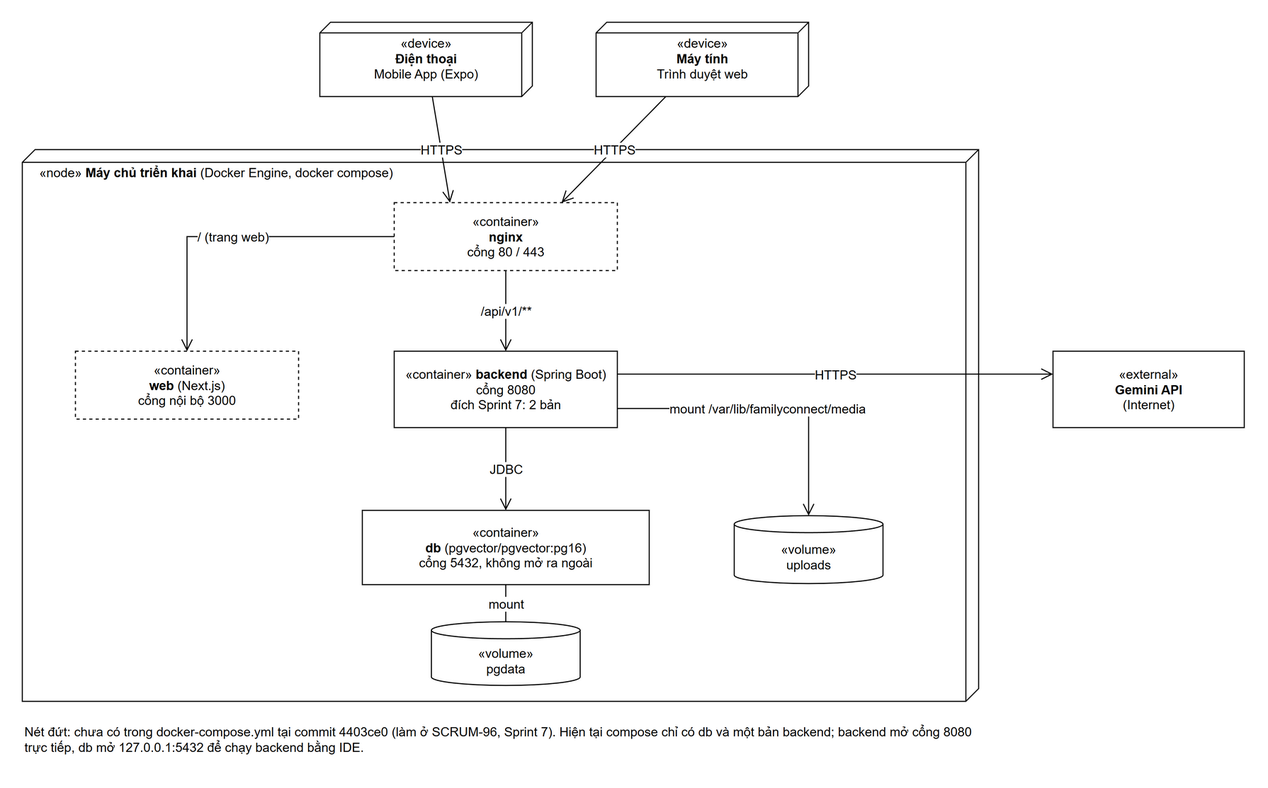
ngthanhtuann/ai-powered-digital-family-community-platform keeps this draw.io diagram as docs/images/architecture-deployment.drawio.png. Above is the earlier version. Source tidied: cells renumbered, new cells last; positions are measured from the earlier drawing's top-left corner, leaving out a move shared by most shapes.
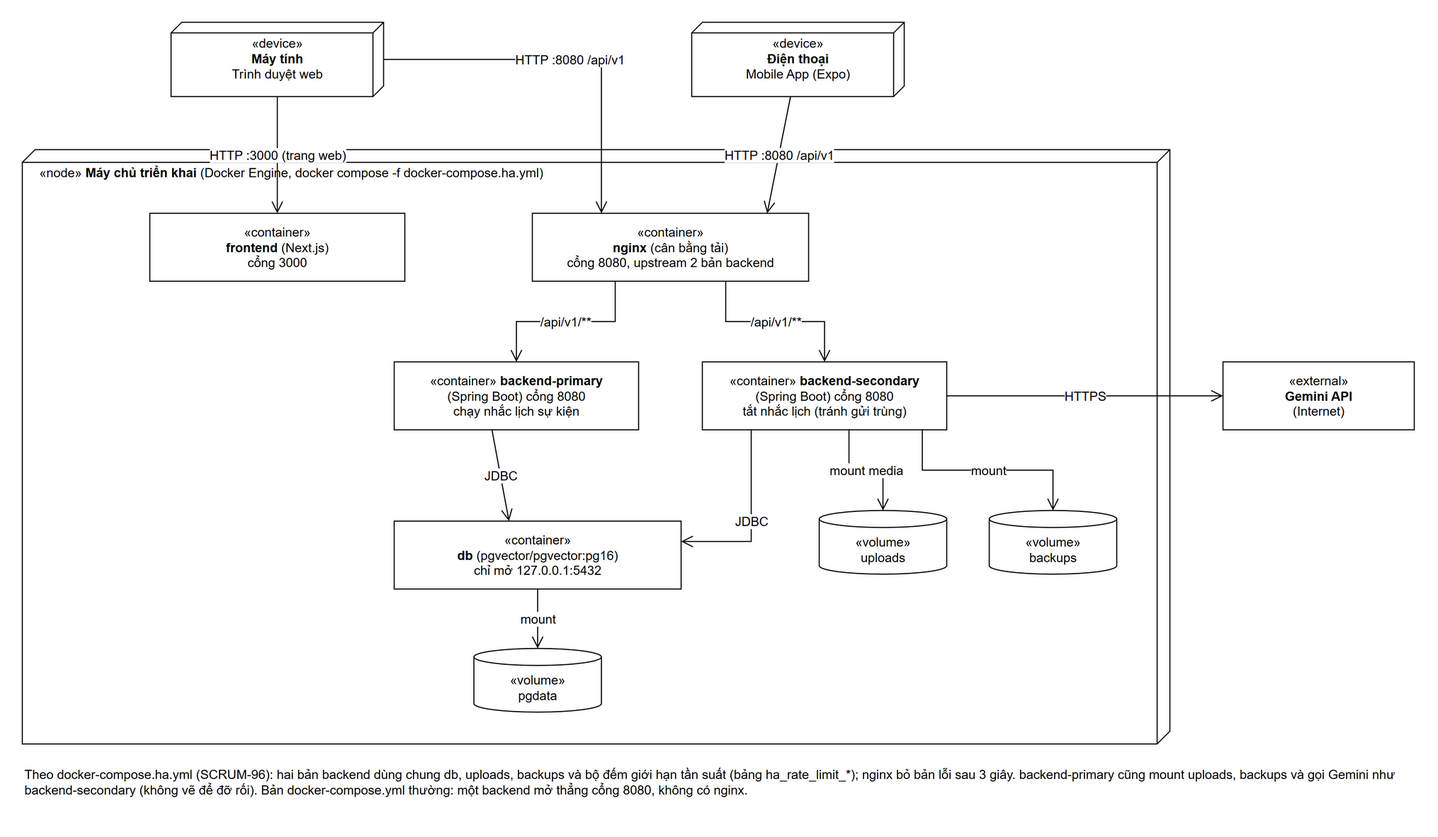
After the change.

What changed in the source:
```diff
@@ -2,62 +2,81 @@
   <root>
     <mxCell id="0" />
     <mxCell id="1" parent="0" />
-    <mxCell id="2" value="«device»&lt;br&gt;&lt;b&gt;Điện thoại&lt;/b&gt;&lt;br&gt;Mobile App (Expo)" style="shape=cube;size=10;direction=south;whiteSpace=wrap;html=1;fillColor=#FFFFFF;verticalAlign=top;align=center;spacingTop=6;strokeColor=#000000;fontFamily=Arial;fontSize=12;fontColor=#000000;" parent="1" vertex="1">
-      <mxGeometry x="280" width="200" height="70" as="geometry" />
+    <mxCell id="2" value="«device»&lt;br&gt;&lt;b&gt;Điện thoại&lt;/b&gt;&lt;br&gt;Mobile App (Expo)" style="shape=cube;size=10;direction=south;whiteSpace=wrap;fillColor=#FFFFFF;verticalAlign=top;align=center;spacingTop=6;html=1;strokeColor=#000000;fontFamily=Arial;fontSize=12;fontColor=#000000;" parent="1" vertex="1">
+      <mxGeometry x="630" width="200" height="70" as="geometry" />
     </mxCell>
-    <mxCell id="3" value="«device»&lt;br&gt;&lt;b&gt;Máy tính&lt;/b&gt;&lt;br&gt;Trình duyệt web" style="shape=cube;size=10;direction=south;whiteSpace=wrap;html=1;fillColor=#FFFFFF;verticalAlign=top;align=center;spacingTop=6;strokeColor=#000000;fontFamily=Arial;fontSize=12;fontColor=#000000;" parent="1" vertex="1">
-      <mxGeometry x="540" width="200" height="70" as="geometry" />
+    <mxCell id="3" value="«device»&lt;br&gt;&lt;b&gt;Máy tính&lt;/b&gt;&lt;br&gt;Trình duyệt web" style="shape=cube;size=10;direction=south;whiteSpace=wrap;fillColor=#FFFFFF;verticalAlign=top;align=center;spacingTop=6;html=1;strokeColor=#000000;fontFamily=Arial;fontSize=12;fontColor=#000000;" parent="1" vertex="1">
+      <mxGeometry x="140" width="200" height="70" as="geometry" />
     </mxCell>
-    <mxCell id="4" value="«node» &lt;b&gt;Máy chủ triển khai&lt;/b&gt; (Docker Engine, docker compose)" style="shape=cube;size=12;direction=south;whiteSpace=wrap;html=1;fillColor=none;verticalAlign=top;align=left;spacingLeft=14;spacingTop=8;strokeColor=#000000;fontFamily=Arial;fontSize=12;fontColor=#000000;" parent="1" vertex="1">
-      <mxGeometry y="120" width="900" height="520" as="geometry" />
-    </mxCell>
-    <mxCell id="5" value="«container»&lt;br&gt;&lt;b&gt;nginx&lt;/b&gt;&lt;br&gt;cổng 80 / 443" style="rounded=0;whiteSpace=wrap;html=1;fillColor=#FFFFFF;strokeColor=#000000;fontFamily=Arial;fontSize=12;fontColor=#000000;dashed=1;" parent="1" vertex="1">
-      <mxGeometry x="350" y="170" width="210" height="64" as="geometry" />
-    </mxCell>
-    <mxCell id="6" value="«container»&lt;br&gt;&lt;b&gt;web&lt;/b&gt; (Next.js)&lt;br&gt;cổng nội bộ 3000" style="rounded=0;whiteSpace=wrap;html=1;fillColor=#FFFFFF;strokeColor=#000000;fontFamily=Arial;fontSize=12;fontColor=#000000;dashed=1;" parent="1" vertex="1">
-      <mxGeometry x="50" y="310" width="210" height="64" as="geometry" />
-    </mxCell>
-    <mxCell id="7" value="«container» &lt;b&gt;backend&lt;/b&gt; (Spring Boot)&lt;br&gt;cổng 8080&lt;br&gt;đích Sprint 7: 2 bản" style="rounded=0;whiteSpace=wrap;html=1;fillColor=#FFFFFF;strokeColor=#000000;fontFamily=Arial;fontSize=12;fontColor=#000000;" parent="1" vertex="1">
-      <mxGeometry x="350" y="310" width="210" height="72" as="geometry" />
-    </mxCell>
-    <mxCell id="8" value="«container»&lt;br&gt;&lt;b&gt;db&lt;/b&gt; (pgvector/pgvector:pg16)&lt;br&gt;cổng 5432, không mở ra ngoài" style="rounded=0;whiteSpace=wrap;html=1;fillColor=#FFFFFF;strokeColor=#000000;fontFamily=Arial;fontSize=12;fontColor=#000000;" parent="1" vertex="1">
-      <mxGeometry x="320" y="460" width="270" height="70" as="geometry" />
-    </mxCell>
+    <mxCell id="21" value="«node» &lt;b&gt;Máy chủ triển khai&lt;/b&gt; (Docker Engine, docker compose -f docker-compose.ha.yml)" style="shape=cube;size=12;direction=south;whiteSpace=wrap;fillColor=none;verticalAlign=top;align=left;spacingLeft=14;spacingTop=8;html=1;strokeColor=#000000;fontFamily=Arial;fontSize=12;fontColor=#000000;" parent="1" vertex="1">
+      <mxGeometry y="120" width="1080" height="560" as="geometry" />
+    </mxCell>
+    <mxCell id="22" value="«container»&lt;br&gt;&lt;b&gt;frontend&lt;/b&gt; (Next.js)&lt;br&gt;cổng 3000" style="rounded=0;whiteSpace=wrap;html=1;strokeColor=#000000;fontFamily=Arial;fontSize=12;fontColor=#000000;fillColor=#FFFFFF;" parent="1" vertex="1">
+      <mxGeometry x="120" y="180" width="240" height="64" as="geometry" />
+    </mxCell>
+    <mxCell id="23" value="«container»&lt;br&gt;&lt;b&gt;nginx&lt;/b&gt; (cân bằng tải)&lt;br&gt;cổng 8080, upstream 2 bản backend" style="rounded=0;whiteSpace=wrap;html=1;strokeColor=#000000;fontFamily=Arial;fontSize=12;fontColor=#000000;fillColor=#FFFFFF;" parent="1" vertex="1">
+      <mxGeometry x="480" y="180" width="260" height="64" as="geometry" />
+    </mxCell>
+    <mxCell id="24" value="«container» &lt;b&gt;backend-primary&lt;/b&gt;&lt;br&gt;(Spring Boot) cổng 8080&lt;br&gt;chạy nhắc lịch sự kiện" style="rounded=0;whiteSpace=wrap;html=1;strokeColor=#000000;fontFamily=Arial;fontSize=12;fontColor=#000000;fillColor=#FFFFFF;" parent="1" vertex="1">
+      <mxGeometry x="350" y="320" width="230" height="64" as="geometry" />
+    </mxCell>
+    <mxCell id="25" value="«container» &lt;b&gt;backend-secondary&lt;/b&gt;&lt;br&gt;(Spring Boot) cổng 8080&lt;br&gt;tắt nhắc lịch (tránh gửi trùng)" style="rounded=0;whiteSpace=wrap;html=1;strokeColor=#000000;fontFamily=Arial;fontSize=12;fontColor=#000000;fillColor=#FFFFFF;" parent="1" vertex="1">
+      <mxGeometry x="640" y="320" width="230" height="64" as="geometry" />
+    </mxCell>
+    <mxCell id="26" value="«container»&lt;br&gt;&lt;b&gt;db&lt;/b&gt; (pgvector/pgvector:pg16)&lt;br&gt;chỉ mở 127.0.0.1:5432" style="rounded=0;whiteSpace=wrap;html=1;strokeColor=#000000;fontFamily=Arial;fontSize=12;fontColor=#000000;fillColor=#FFFFFF;" parent="1" vertex="1">
+      <mxGeometry x="350" y="470" width="270" height="64" as="geometry" />
+    </mxCell>
-    <mxCell id="9" value="«volume»&lt;br&gt;uploads" style="shape=cylinder3;whiteSpace=wrap;html=1;boundedLbl=1;size=8;fillColor=#FFFFFF;strokeColor=#000000;fontFamily=Arial;fontSize=12;fontColor=#000000;" parent="1" vertex="1">
-      <mxGeometry x="670" y="465" width="140" height="64" as="geometry" />
+    <mxCell id="9" value="«volume»&lt;br&gt;uploads" style="shape=cylinder3;whiteSpace=wrap;boundedLbl=1;size=8;fillColor=#FFFFFF;html=1;strokeColor=#000000;fontFamily=Arial;fontSize=12;fontColor=#000000;" parent="1" vertex="1">
+      <mxGeometry x="750" y="460" width="120" height="60" as="geometry" />
     </mxCell>
+    <mxCell id="27" value="«volume»&lt;br&gt;backups" style="shape=cylinder3;whiteSpace=wrap;boundedLbl=1;size=8;fillColor=#FFFFFF;html=1;strokeColor=#000000;fontFamily=Arial;fontSize=12;fontColor=#000000;" parent="1" vertex="1">
+      <mxGeometry x="910" y="460" width="120" height="60" as="geometry" />
+    </mxCell>
-    <mxCell id="10" value="«volume»&lt;br&gt;pgdata" style="shape=cylinder3;whiteSpace=wrap;html=1;boundedLbl=1;size=8;fillColor=#FFFFFF;strokeColor=#000000;fontFamily=Arial;fontSize=12;fontColor=#000000;" parent="1" vertex="1">
-      <mxGeometry x="385" y="565" width="140" height="60" as="geometry" />
+    <mxCell id="10" value="«volume»&lt;br&gt;pgdata" style="shape=cylinder3;whiteSpace=wrap;boundedLbl=1;size=8;fillColor=#FFFFFF;html=1;strokeColor=#000000;fontFamily=Arial;fontSize=12;fontColor=#000000;" parent="1" vertex="1">
+      <mxGeometry x="425" y="590" width="120" height="60" as="geometry" />
     </mxCell>
-    <mxCell id="11" value="«external»&lt;br&gt;&lt;b&gt;Gemini API&lt;/b&gt;&lt;br&gt;(Internet)" style="rounded=0;whiteSpace=wrap;html=1;fillColor=#FFFFFF;strokeColor=#000000;fontFamily=Arial;fontSize=12;fontColor=#000000;" parent="1" vertex="1">
-      <mxGeometry x="970" y="310" width="180" height="72" as="geometry" />
+    <mxCell id="11" value="«external»&lt;br&gt;&lt;b&gt;Gemini API&lt;/b&gt;&lt;br&gt;(Internet)" style="rounded=0;whiteSpace=wrap;html=1;strokeColor=#000000;fontFamily=Arial;fontSize=12;fontColor=#000000;fillColor=#FFFFFF;" parent="1" vertex="1">
+      <mxGeometry x="1130" y="320" width="180" height="64" as="geometry" />
     </mxCell>
-    <mxCell id="12" value="HTTPS" style="endArrow=open;endSize=9;html=1;rounded=0;labelBackgroundColor=#FFFFFF;strokeColor=#000000;fontFamily=Arial;fontSize=12;fontColor=#000000;entryX=0.25;entryY=0;" parent="1" edge="1" source="2" target="5">
-      <mxGeometry relative="1" as="geometry" />
-    </mxCell>
-    <mxCell id="13" value="HTTPS" style="endArrow=open;endSize=9;html=1;rounded=0;labelBackgroundColor=#FFFFFF;strokeColor=#000000;fontFamily=Arial;fontSize=12;fontColor=#000000;entryX=0.75;entryY=0;" parent="1" edge="1" source="3" target="5">
-      <mxGeometry relative="1" as="geometry" />
-    </mxCell>
-    <mxCell id="14" value="/ (trang web)" style="endArrow=open;endSize=9;html=1;rounded=0;labelBackgroundColor=#FFFFFF;strokeColor=#000000;fontFamily=Arial;fontSize=12;fontColor=#000000;edgeStyle=orthogonalEdgeStyle;exitX=0;exitY=0.5;entryX=0.5;entryY=0;" parent="1" edge="1" source="5" target="6">
-      <mxGeometry relative="1" as="geometry" />
-    </mxCell>
-    <mxCell id="15" value="/api/v1/**" style="endArrow=open;endSize=9;html=1;rounded=0;labelBackgroundColor=#FFFFFF;strokeColor=#000000;fontFamily=Arial;fontSize=12;fontColor=#000000;" parent="1" edge="1" source="5" target="7">
-      <mxGeometry relative="1" as="geometry" />
-    </mxCell>
-    <mxCell id="16" value="JDBC" style="endArrow=open;endSize=9;html=1;rounded=0;labelBackgroundColor=#FFFFFF;strokeColor=#000000;fontFamily=Arial;fontSize=12;fontColor=#000000;" parent="1" edge="1" source="7" target="8">
-      <mxGeometry relative="1" as="geometry" />
-    </mxCell>
-    <mxCell id="17" value="mount /var/lib/familyconnect/media" style="endArrow=open;endSize=9;html=1;rounded=0;labelBackgroundColor=#FFFFFF;strokeColor=#000000;fontFamily=Arial;fontSize=12;fontColor=#000000;edgeStyle=orthogonalEdgeStyle;exitX=1;exitY=0.75;entryX=0.5;entryY=0;" parent="1" edge="1" source="7" target="9">
-      <mxGeometry relative="1" as="geometry" />
-    </mxCell>
-    <mxCell id="18" value="mount" style="endArrow=none;html=1;rounded=0;labelBackgroundColor=#FFFFFF;strokeColor=#000000;fontFamily=Arial;fontSize=12;fontColor=#000000;" parent="1" edge="1" source="8" target="10">
-      <mxGeometry relative="1" as="geometry" />
-    </mxCell>
-    <mxCell id="19" value="HTTPS" style="endArrow=open;endSize=9;html=1;rounded=0;labelBackgroundColor=#FFFFFF;strokeColor=#000000;fontFamily=Arial;fontSize=12;fontColor=#000000;exitX=1;exitY=0.3;entryX=0;entryY=0.3;" parent="1" edge="1" source="7" target="11">
-      <mxGeometry relative="1" as="geometry" />
-    </mxCell>
-    <mxCell id="20" value="Nét đứt: chưa có trong docker-compose.yml tại commit 4403ce0 (làm ở SCRUM-96, Sprint 7). Hiện tại compose chỉ có db và một bản backend; backend mở cổng 8080 trực tiếp, db mở 127.0.0.1:5432 để chạy backend bằng IDE." style="text;html=1;whiteSpace=wrap;align=left;verticalAlign=top;fontFamily=Arial;fontSize=12;fontColor=#000000;" parent="1" vertex="1">
-      <mxGeometry y="655" width="900" height="44" as="geometry" />
-    </mxCell>
+    <mxCell id="28" value="HTTP :3000 (trang web)" style="endArrow=open;endSize=9;rounded=0;labelBackgroundColor=#FFFFFF;html=1;strokeColor=#000000;fontFamily=Arial;fontSize=12;fontColor=#000000;entryX=0.5;entryY=0;" parent="1" edge="1" source="3" target="22">
+      <mxGeometry relative="1" as="geometry" />
+    </mxCell>
+    <mxCell id="29" value="HTTP :8080 /api/v1" style="endArrow=open;endSize=9;rounded=0;labelBackgroundColor=#FFFFFF;html=1;strokeColor=#000000;fontFamily=Arial;fontSize=12;fontColor=#000000;edgeStyle=orthogonalEdgeStyle;entryX=0.25;entryY=0;" parent="1" edge="1" source="3" target="23">
+      <mxGeometry relative="1" as="geometry">
+        <Array as="points">
+          <mxPoint x="545" y="35" />
+        </Array>
+      </mxGeometry>
+    </mxCell>
+    <mxCell id="30" value="HTTP :8080 /api/v1" style="endArrow=open;endSize=9;rounded=0;labelBackgroundColor=#FFFFFF;html=1;strokeColor=#000000;fontFamily=Arial;fontSize=12;fontColor=#000000;entryX=0.85;entryY=0;" parent="1" edge="1" source="2" target="23">
+      <mxGeometry relative="1" as="geometry" />
+    </mxCell>
+    <mxCell id="31" value="/api/v1/**" style="endArrow=open;endSize=9;rounded=0;labelBackgroundColor=#FFFFFF;html=1;strokeColor=#000000;fontFamily=Arial;fontSize=12;fontColor=#000000;edgeStyle=orthogonalEdgeStyle;exitX=0.3;exitY=1;entryX=0.5;entryY=0;" parent="1" edge="1" source="23" target="24">
+      <mxGeometry relative="1" as="geometry" />
+    </mxCell>
+    <mxCell id="32" value="/api/v1/**" style="endArrow=open;endSize=9;rounded=0;labelBackgroundColor=#FFFFFF;html=1;strokeColor=#000000;fontFamily=Arial;fontSize=12;fontColor=#000000;edgeStyle=orthogonalEdgeStyle;exitX=0.7;exitY=1;entryX=0.5;entryY=0;" parent="1" edge="1" source="23" target="25">
+      <mxGeometry relative="1" as="geometry" />
+    </mxCell>
+    <mxCell id="33" value="JDBC" style="endArrow=open;endSize=9;rounded=0;labelBackgroundColor=#FFFFFF;html=1;strokeColor=#000000;fontFamily=Arial;fontSize=12;fontColor=#000000;exitX=0.4;exitY=1;entryX=0.4;entryY=0;" parent="1" edge="1" source="24" target="26">
+      <mxGeometry relative="1" as="geometry" />
+    </mxCell>
+    <mxCell id="34" value="JDBC" style="endArrow=open;endSize=9;rounded=0;labelBackgroundColor=#FFFFFF;html=1;strokeColor=#000000;fontFamily=Arial;fontSize=12;fontColor=#000000;edgeStyle=orthogonalEdgeStyle;exitX=0.2;exitY=1;entryX=1;entryY=0.3;" parent="1" edge="1" source="25" target="26">
+      <mxGeometry relative="1" as="geometry" />
+    </mxCell>
+    <mxCell id="35" value="mount media" style="endArrow=open;endSize=9;rounded=0;labelBackgroundColor=#FFFFFF;html=1;strokeColor=#000000;fontFamily=Arial;fontSize=12;fontColor=#000000;edgeStyle=orthogonalEdgeStyle;exitX=0.6;exitY=1;entryX=0.5;entryY=0;" parent="1" edge="1" source="25" target="9">
+      <mxGeometry relative="1" as="geometry" />
+    </mxCell>
+    <mxCell id="36" value="mount" style="endArrow=open;endSize=9;rounded=0;labelBackgroundColor=#FFFFFF;html=1;strokeColor=#000000;fontFamily=Arial;fontSize=12;fontColor=#000000;edgeStyle=orthogonalEdgeStyle;exitX=0.9;exitY=1;entryX=0.5;entryY=0;" parent="1" edge="1" source="25" target="27">
+      <mxGeometry relative="1" as="geometry" />
+    </mxCell>
+    <mxCell id="37" value="mount" style="endArrow=open;endSize=9;rounded=0;labelBackgroundColor=#FFFFFF;html=1;strokeColor=#000000;fontFamily=Arial;fontSize=12;fontColor=#000000;exitX=0.5;exitY=1;entryX=0.5;entryY=0;" parent="1" edge="1" source="26" target="10">
+      <mxGeometry relative="1" as="geometry" />
+    </mxCell>
+    <mxCell id="38" value="HTTPS" style="endArrow=open;endSize=9;rounded=0;labelBackgroundColor=#FFFFFF;html=1;strokeColor=#000000;fontFamily=Arial;fontSize=12;fontColor=#000000;exitX=1;exitY=0.5;entryX=0;entryY=0.5;" parent="1" edge="1" source="25" target="11">
+      <mxGeometry relative="1" as="geometry" />
+    </mxCell>
+    <mxCell id="39" value="Theo docker-compose.ha.yml (SCRUM-96): hai bản backend dùng chung db, uploads, backups và bộ đếm giới hạn tần suất (bảng ha_rate_limit_*); nginx bỏ bản lỗi sau 3 giây. backend-primary cũng mount uploads, backups và gọi Gemini như backend-secondary (không vẽ để đỡ rối). Bản docker-compose.yml thường: một backend mở thẳng cổng 8080, không có nginx." style="text;html=1;whiteSpace=wrap;align=left;verticalAlign=top;fontFamily=Arial;fontSize=12;fontColor=#000000;" parent="1" vertex="1">
+      <mxGeometry y="695" width="1310" height="50" as="geometry" />
+    </mxCell>
   </root>
 </mxGraphModel>
```
